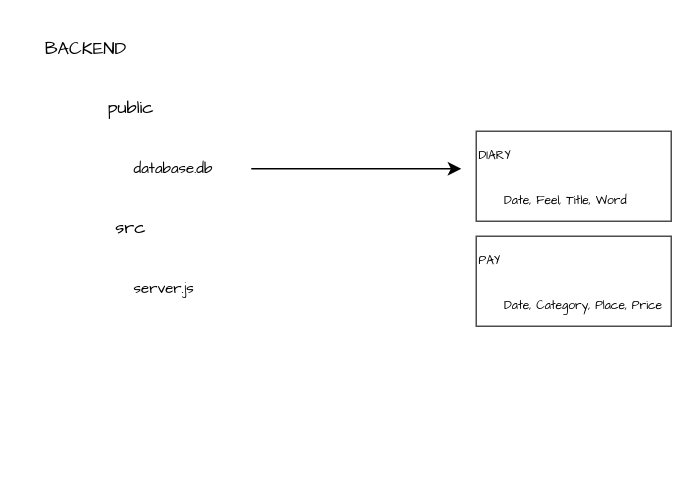
This is about/backend.dio from noguri98/BulletJournal, a draw.io file, before an edit. Source tidied: cells renumbered, new cells numbered last; positions are measured from the earlier drawing's top-left corner, leaving out a move shared by most shapes. Both pictures are drawn from the tidied source at 150%, with x=0, y=0 at pixel (26, 26).
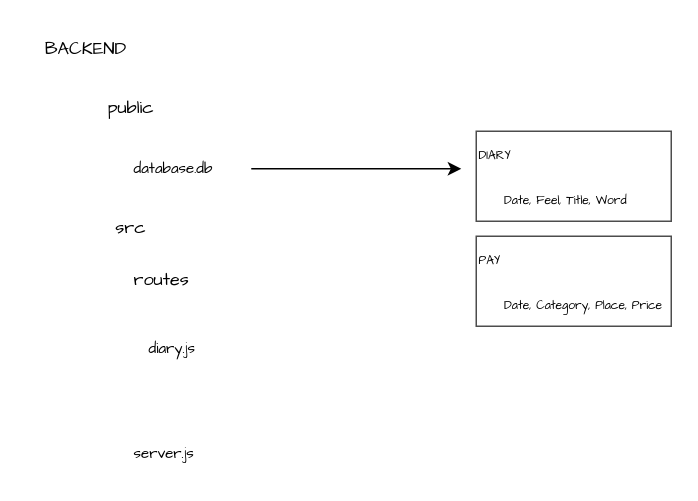
Above is the later version.

Commit message (it also covers changes not shown here):
routes/diary 작성

What changed in the source:
```diff
@@
 <mxGraphModel>
   <root>
     <mxCell id="0" />
     <mxCell id="1" parent="0" />
     <mxCell id="2" value="&lt;font face=&quot;Comic Sans MS&quot;&gt;BACKEND&lt;/font&gt;" style="text;html=1;strokeColor=none;fillColor=none;align=center;verticalAlign=middle;whiteSpace=wrap;rounded=0;" parent="1" vertex="1">
       <mxGeometry width="80" height="30" as="geometry" />
     </mxCell>
     <mxCell id="3" value="&lt;font style=&quot;font-size: 12px;&quot;&gt;public&lt;/font&gt;" style="text;html=1;strokeColor=none;fillColor=none;align=center;verticalAlign=middle;whiteSpace=wrap;rounded=0;fontFamily=Comic Sans MS;" parent="1" vertex="1">
       <mxGeometry x="40" y="40" width="60" height="30" as="geometry" />
     </mxCell>
     <mxCell id="4" value="&lt;font style=&quot;font-size: 12px;&quot;&gt;src&lt;/font&gt;" style="text;html=1;strokeColor=none;fillColor=none;align=center;verticalAlign=middle;whiteSpace=wrap;rounded=0;fontFamily=Comic Sans MS;" parent="1" vertex="1">
       <mxGeometry x="40" y="120" width="60" height="30" as="geometry" />
     </mxCell>
     <mxCell id="5" style="edgeStyle=none;html=1;exitX=1;exitY=0.5;exitDx=0;exitDy=0;fontFamily=Comic Sans MS;fontSize=8;" parent="1" edge="1" source="6">
       <mxGeometry relative="1" as="geometry">
         <mxPoint x="290" y="95" as="targetPoint" />
       </mxGeometry>
     </mxCell>
     <mxCell id="6" value="&lt;font style=&quot;font-size: 10px;&quot;&gt;database.db&lt;/font&gt;" style="text;html=1;strokeColor=none;fillColor=none;align=left;verticalAlign=middle;whiteSpace=wrap;rounded=0;fontFamily=Comic Sans MS;fontSize=12;" parent="1" vertex="1">
       <mxGeometry x="70" y="80" width="80" height="30" as="geometry" />
     </mxCell>
     <mxCell id="7" style="group;strokeColor=#4D4D4D;" parent="1" vertex="1">
       <mxGeometry x="300" y="70" width="130" height="60" as="geometry" />
     </mxCell>
     <mxCell id="8" value="&lt;font style=&quot;font-size: 8px;&quot;&gt;DIARY&lt;/font&gt;" style="text;html=1;strokeColor=none;fillColor=none;align=left;verticalAlign=middle;whiteSpace=wrap;rounded=0;fontFamily=Comic Sans MS;fontSize=10;" parent="7" vertex="1">
       <mxGeometry width="51.4" height="30" as="geometry" />
     </mxCell>
     <mxCell id="9" value="&lt;font style=&quot;font-size: 8px;&quot;&gt;Date, Feel, Title, Word&amp;nbsp;&lt;/font&gt;" style="text;html=1;strokeColor=none;fillColor=none;align=left;verticalAlign=middle;whiteSpace=wrap;rounded=0;fontFamily=Comic Sans MS;fontSize=10;" parent="7" vertex="1">
       <mxGeometry x="17.1" y="30" width="112.9" height="30" as="geometry" />
     </mxCell>
     <mxCell id="10" style="group;shadow=0;strokeColor=#4D4D4D;" parent="1" vertex="1">
       <mxGeometry x="300" y="140" width="130" height="60" as="geometry" />
     </mxCell>
     <mxCell id="11" value="&lt;span style=&quot;font-size: 8px;&quot;&gt;PAY&lt;/span&gt;" style="text;html=1;strokeColor=none;fillColor=none;align=left;verticalAlign=middle;whiteSpace=wrap;rounded=0;fontFamily=Comic Sans MS;fontSize=10;" parent="10" vertex="1">
       <mxGeometry width="51.4" height="30" as="geometry" />
     </mxCell>
     <mxCell id="12" value="&lt;font style=&quot;font-size: 8px;&quot;&gt;Date, Category, Place, Price&lt;/font&gt;" style="text;html=1;strokeColor=none;fillColor=none;align=left;verticalAlign=middle;whiteSpace=wrap;rounded=0;fontFamily=Comic Sans MS;fontSize=10;" parent="10" vertex="1">
       <mxGeometry x="17.1" y="30" width="112.9" height="30" as="geometry" />
     </mxCell>
     <mxCell id="13" value="&lt;span style=&quot;font-size: 10px;&quot;&gt;server.js&lt;/span&gt;" style="text;html=1;strokeColor=none;fillColor=none;align=left;verticalAlign=middle;whiteSpace=wrap;rounded=0;fontFamily=Comic Sans MS;fontSize=12;" parent="1" vertex="1">
-      <mxGeometry x="70" y="160" width="60" height="30" as="geometry" />
+      <mxGeometry x="70" y="270" width="60" height="30" as="geometry" />
     </mxCell>
+    <mxCell id="14" value="routes" style="text;html=1;strokeColor=none;fillColor=none;align=left;verticalAlign=middle;whiteSpace=wrap;rounded=0;fontFamily=Comic Sans MS;" parent="1" vertex="1">
+      <mxGeometry x="70" y="155" width="60" height="30" as="geometry" />
+    </mxCell>
+    <mxCell id="15" value="&lt;span style=&quot;font-size: 10px;&quot;&gt;diary.js&lt;/span&gt;" style="text;html=1;strokeColor=none;fillColor=none;align=left;verticalAlign=middle;whiteSpace=wrap;rounded=0;fontFamily=Comic Sans MS;fontSize=12;" parent="1" vertex="1">
+      <mxGeometry x="80" y="200" width="60" height="30" as="geometry" />
+    </mxCell>
   </root>
 </mxGraphModel>
```
